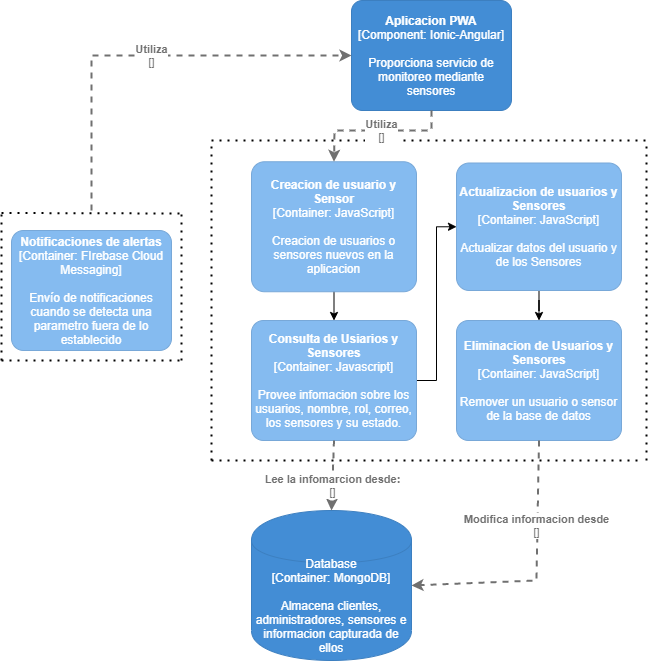
The draw.io diagram images/DiagramaComponentes.drawio.png in abraham22rodriguez/AnalisisAvanzadoDeSoftware_AbrahamRodriguez, before a commit. Source tidied: cells renumbered, new cells last; positions are measured from the earlier drawing's top-left corner, leaving out a move shared by most shapes.
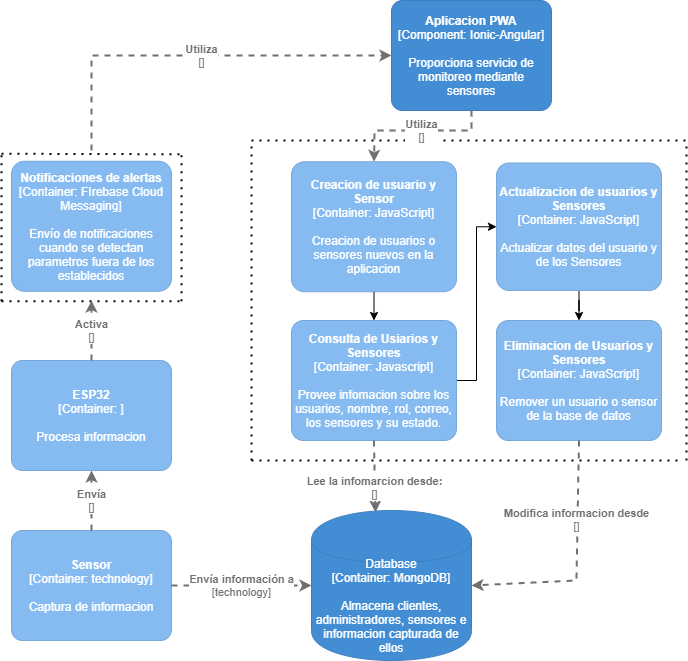
After the commit.

Change to the diagram source:
```diff
@@ -2,9 +2,9 @@
   <root>
     <mxCell id="0" />
     <mxCell id="1" parent="0" />
-    <object id="2" label="&lt;b&gt;%c4Name%&lt;/b&gt;&lt;div&gt;[%c4Type%: %c4Technology%]&lt;/div&gt;&lt;br&gt;&lt;div&gt;%c4Description%&lt;/div&gt;" c4Description="Envío de notificaciones cuando se detecta una parametro fuera de lo establecido" c4Name="Notificaciones de alertas" c4Technology="FIrebase Cloud Messaging" c4Type="Container" placeholders="1">
+    <object id="2" label="&lt;b&gt;%c4Name%&lt;/b&gt;&lt;div&gt;[%c4Type%: %c4Technology%]&lt;/div&gt;&lt;br&gt;&lt;div&gt;%c4Description%&lt;/div&gt;" c4Description="Envío de notificaciones cuando se detectan parametros fuera de los establecidos" c4Name="Notificaciones de alertas" c4Technology="FIrebase Cloud Messaging" c4Type="Container" placeholders="1">
       <mxCell style="rounded=1;whiteSpace=wrap;html=1;labelBackgroundColor=none;fillColor=#85BBF0;fontColor=#ffffff;align=center;arcSize=10;strokeColor=#78A8D8;metaData={&quot;c4Type&quot;:{&quot;editable&quot;:false}};" parent="1" vertex="1">
-        <mxGeometry x="10" y="230" width="160" height="120" as="geometry" />
+        <mxGeometry x="-30" y="160.8" width="160" height="130" as="geometry" />
       </mxCell>
     </object>
     <mxCell id="3" style="edgeStyle=orthogonalEdgeStyle;rounded=0;jettySize=auto;html=1;exitX=0.5;exitY=1;exitDx=0;exitDy=0;exitPerimeter=0;entryX=0.5;entryY=0;entryDx=0;entryDy=0;entryPerimeter=0;" parent="1" edge="1" source="4" target="14">
@@ -22,7 +22,7 @@
     </object>
     <object id="6" label="%c4Type%&lt;div&gt;[Container:&amp;nbsp;%c4Technology%]&lt;/div&gt;&lt;br&gt;&lt;div&gt;%c4Description%&lt;/div&gt;" c4Description="Almacena clientes, administradores, sensores e informacion capturada de ellos" c4Technology="MongoDB" c4Type="Database" placeholders="1">
       <mxCell style="shape=cylinder;whiteSpace=wrap;html=1;boundedLbl=1;rounded=0;labelBackgroundColor=none;fillColor=#438DD5;fontSize=12;fontColor=#ffffff;align=center;strokeColor=#3C7FC0;points=[[0.5,0,0],[1,0.25,0],[1,0.5,0],[1,0.75,0],[0.5,1,0],[0,0.75,0],[0,0.5,0],[0,0.25,0]];metaData={&quot;c4Type&quot;:{&quot;editable&quot;:false}};" parent="1" vertex="1">
-        <mxGeometry x="250" y="510" width="160" height="150" as="geometry" />
+        <mxGeometry x="270" y="510" width="160" height="150" as="geometry" />
       </mxCell>
     </object>
     <mxCell id="7" style="endArrow=none;dashed=1;html=1;dashPattern=1 3;strokeWidth=2;" parent="1" edge="1">
@@ -71,10 +71,8 @@
       </mxCell>
     </object>
     <object id="16" label="&lt;div style=&quot;text-align: left&quot;&gt;&lt;div style=&quot;text-align: center&quot;&gt;&lt;b&gt;%c4Description%&lt;/b&gt;&lt;/div&gt;&lt;div style=&quot;text-align: center&quot;&gt;[%c4Technology%]&lt;/div&gt;&lt;/div&gt;" c4Description="Lee la infomarcion desde:" c4Technology="" c4Type="Relationship" placeholders="1">
-      <mxCell style="edgeStyle=none;rounded=0;html=1;entryX=0.5;entryY=0;jettySize=auto;strokeColor=#707070;strokeWidth=2;fontColor=#707070;jumpStyle=none;dashed=1;metaData={&quot;c4Type&quot;:{&quot;editable&quot;:false}};entryDx=0;entryDy=0;entryPerimeter=0;exitX=0.5;exitY=1;exitDx=0;exitDy=0;exitPerimeter=0;" parent="1" edge="1" source="14">
-        <mxGeometry x="0.29" relative="1" as="geometry">
-          <mxPoint x="330" y="510" as="targetPoint" />
-        </mxGeometry>
+      <mxCell style="edgeStyle=none;rounded=0;html=1;entryX=0.4;entryY=0.013;jettySize=auto;strokeColor=#707070;strokeWidth=2;fontColor=#707070;jumpStyle=none;dashed=1;metaData={&quot;c4Type&quot;:{&quot;editable&quot;:false}};entryDx=0;entryDy=0;entryPerimeter=0;exitX=0.5;exitY=1;exitDx=0;exitDy=0;exitPerimeter=0;" parent="1" edge="1" source="14" target="6">
+        <mxGeometry x="0.29" relative="1" as="geometry" />
       </mxCell>
     </object>
     <object id="17" label="&lt;div style=&quot;text-align: left&quot;&gt;&lt;div style=&quot;text-align: center&quot;&gt;&lt;b&gt;%c4Description%&lt;/b&gt;&lt;/div&gt;&lt;div style=&quot;text-align: center&quot;&gt;[%c4Technology%]&lt;/div&gt;&lt;/div&gt;" c4Description="Utiliza" c4Technology="" c4Type="Relationship" placeholders="1">
@@ -89,9 +87,9 @@
       </mxCell>
     </object>
     <object id="18" label="&lt;div style=&quot;text-align: left&quot;&gt;&lt;div style=&quot;text-align: center&quot;&gt;&lt;b&gt;%c4Description%&lt;/b&gt;&lt;/div&gt;&lt;div style=&quot;text-align: center&quot;&gt;[%c4Technology%]&lt;/div&gt;&lt;/div&gt;" c4Description="Modifica informacion desde" c4Technology="" c4Type="Relationship" placeholders="1">
-      <mxCell style="edgeStyle=none;rounded=0;html=1;jettySize=auto;strokeColor=#707070;strokeWidth=2;fontColor=#707070;jumpStyle=none;dashed=1;metaData={&quot;c4Type&quot;:{&quot;editable&quot;:false}};exitX=0.5;exitY=1;exitDx=0;exitDy=0;exitPerimeter=0;entryX=1;entryY=0.5;entryDx=0;entryDy=0;entryPerimeter=0;" parent="1" edge="1" source="15">
+      <mxCell style="edgeStyle=none;rounded=0;html=1;jettySize=auto;strokeColor=#707070;strokeWidth=2;fontColor=#707070;jumpStyle=none;dashed=1;metaData={&quot;c4Type&quot;:{&quot;editable&quot;:false}};exitX=0.5;exitY=1;exitDx=0;exitDy=0;exitPerimeter=0;" parent="1" edge="1" source="15">
         <mxGeometry x="-0.36" y="-1" relative="1" as="geometry">
-          <mxPoint x="410" y="585" as="targetPoint" />
+          <mxPoint x="430" y="585" as="targetPoint" />
           <Array as="points">
             <mxPoint x="535" y="580" />
           </Array>
@@ -100,37 +98,64 @@
     </object>
     <mxCell id="19" style="endArrow=none;dashed=1;html=1;dashPattern=1 3;strokeWidth=2;" parent="1" edge="1">
       <mxGeometry relative="1" as="geometry">
-        <mxPoint y="360" as="sourcePoint" />
-        <mxPoint y="210" as="targetPoint" />
+        <mxPoint x="-40" y="300.8" as="sourcePoint" />
+        <mxPoint x="-40" y="150.8" as="targetPoint" />
       </mxGeometry>
     </mxCell>
     <mxCell id="20" style="endArrow=none;dashed=1;html=1;dashPattern=1 3;strokeWidth=2;" parent="1" edge="1">
       <mxGeometry relative="1" as="geometry">
-        <mxPoint y="212.5" as="sourcePoint" />
-        <mxPoint x="180" y="213" as="targetPoint" />
+        <mxPoint x="-40" y="153.2" as="sourcePoint" />
+        <mxPoint x="140" y="153.8" as="targetPoint" />
       </mxGeometry>
     </mxCell>
     <mxCell id="21" style="endArrow=none;dashed=1;html=1;dashPattern=1 3;strokeWidth=2;" parent="1" edge="1">
       <mxGeometry relative="1" as="geometry">
-        <mxPoint x="180" y="360" as="sourcePoint" />
-        <mxPoint x="180" y="210" as="targetPoint" />
+        <mxPoint x="140" y="300.8" as="sourcePoint" />
+        <mxPoint x="140" y="150.8" as="targetPoint" />
       </mxGeometry>
     </mxCell>
     <mxCell id="22" style="endArrow=none;dashed=1;html=1;dashPattern=1 3;strokeWidth=2;" parent="1" edge="1">
       <mxGeometry relative="1" as="geometry">
-        <mxPoint y="360" as="sourcePoint" />
-        <mxPoint x="180" y="360" as="targetPoint" />
+        <mxPoint x="-40" y="300.8" as="sourcePoint" />
+        <mxPoint x="140" y="300.8" as="targetPoint" />
       </mxGeometry>
     </mxCell>
     <object id="23" label="&lt;div style=&quot;text-align: left&quot;&gt;&lt;div style=&quot;text-align: center&quot;&gt;&lt;b&gt;%c4Description%&lt;/b&gt;&lt;/div&gt;&lt;div style=&quot;text-align: center&quot;&gt;[%c4Technology%]&lt;/div&gt;&lt;/div&gt;" c4Description="Utiliza" c4Technology="" c4Type="Relationship" placeholders="1">
       <mxCell style="edgeStyle=none;rounded=0;html=1;entryX=0;entryY=0.5;jettySize=auto;strokeColor=#707070;strokeWidth=2;fontColor=#707070;jumpStyle=none;dashed=1;metaData={&quot;c4Type&quot;:{&quot;editable&quot;:false}};entryDx=0;entryDy=0;entryPerimeter=0;" parent="1" edge="1" target="5">
         <mxGeometry x="0.04" relative="1" as="geometry">
-          <mxPoint x="90" y="210" as="sourcePoint" />
+          <mxPoint x="50" y="150" as="sourcePoint" />
           <Array as="points">
-            <mxPoint x="90" y="55" />
+            <mxPoint x="50" y="55" />
           </Array>
         </mxGeometry>
       </mxCell>
     </object>
+    <object id="24" label="&lt;b&gt;%c4Name%&lt;/b&gt;&lt;div&gt;[%c4Type%: %c4Technology%]&lt;/div&gt;&lt;br&gt;&lt;div&gt;%c4Description%&lt;/div&gt;" c4Description="Procesa informacion" c4Name="ESP32" c4Technology="" c4Type="Container" placeholders="1">
+      <mxCell style="rounded=1;whiteSpace=wrap;html=1;labelBackgroundColor=none;fillColor=#85BBF0;fontColor=#ffffff;align=center;arcSize=10;strokeColor=#78A8D8;metaData={&quot;c4Type&quot;:{&quot;editable&quot;:false}};points=[[0.25,0,0],[0.5,0,0],[0.75,0,0],[1,0.25,0],[1,0.5,0],[1,0.75,0],[0.75,1,0],[0.5,1,0],[0.25,1,0],[0,0.75,0],[0,0.5,0],[0,0.25,0]];" parent="1" vertex="1">
+        <mxGeometry x="-30" y="360" width="160" height="110" as="geometry" />
+      </mxCell>
+    </object>
+    <object id="25" label="&lt;b&gt;%c4Name%&lt;/b&gt;&lt;div&gt;[%c4Type%: %c4Technology%]&lt;/div&gt;&lt;br&gt;&lt;div&gt;%c4Description%&lt;/div&gt;" c4Description="Captura de informacion" c4Name="Sensor" c4Technology="technology" c4Type="Container" placeholders="1">
+      <mxCell style="rounded=1;whiteSpace=wrap;html=1;labelBackgroundColor=none;fillColor=#85BBF0;fontColor=#ffffff;align=center;arcSize=10;strokeColor=#78A8D8;metaData={&quot;c4Type&quot;:{&quot;editable&quot;:false}};points=[[0.25,0,0],[0.5,0,0],[0.75,0,0],[1,0.25,0],[1,0.5,0],[1,0.75,0],[0.75,1,0],[0.5,1,0],[0.25,1,0],[0,0.75,0],[0,0.5,0],[0,0.25,0]];" parent="1" vertex="1">
+        <mxGeometry x="-30" y="530" width="160" height="110" as="geometry" />
+      </mxCell>
+    </object>
+    <object id="26" label="&lt;div style=&quot;text-align: left&quot;&gt;&lt;div style=&quot;text-align: center&quot;&gt;&lt;b&gt;%c4Description%&lt;/b&gt;&lt;/div&gt;&lt;div style=&quot;text-align: center&quot;&gt;[%c4Technology%]&lt;/div&gt;&lt;/div&gt;" c4Description="Envía información a" c4Technology="technology" c4Type="Relationship" placeholders="1">
+      <mxCell style="edgeStyle=none;rounded=0;html=1;entryX=0;entryY=0.5;jettySize=auto;strokeColor=#707070;strokeWidth=2;fontColor=#707070;jumpStyle=none;dashed=1;metaData={&quot;c4Type&quot;:{&quot;editable&quot;:false}};entryDx=0;entryDy=0;entryPerimeter=0;exitX=1;exitY=0.5;exitDx=0;exitDy=0;exitPerimeter=0;" parent="1" edge="1" source="25" target="6">
+        <mxGeometry relative="1" as="geometry" />
+      </mxCell>
+    </object>
+    <object id="27" label="&lt;div style=&quot;text-align: left&quot;&gt;&lt;div style=&quot;text-align: center&quot;&gt;&lt;b&gt;%c4Description%&lt;/b&gt;&lt;/div&gt;&lt;div style=&quot;text-align: center&quot;&gt;[%c4Technology%]&lt;/div&gt;&lt;/div&gt;" c4Description="Activa" c4Technology="" c4Type="Relationship" placeholders="1">
+      <mxCell style="edgeStyle=none;rounded=0;html=1;jettySize=auto;strokeColor=#707070;strokeWidth=2;fontColor=#707070;jumpStyle=none;dashed=1;metaData={&quot;c4Type&quot;:{&quot;editable&quot;:false}};exitX=0.5;exitY=0;exitDx=0;exitDy=0;exitPerimeter=0;" parent="1" edge="1" source="24">
+        <mxGeometry relative="1" as="geometry">
+          <mxPoint x="50" y="300" as="targetPoint" />
+        </mxGeometry>
+      </mxCell>
+    </object>
+    <object id="28" label="&lt;div style=&quot;text-align: left&quot;&gt;&lt;div style=&quot;text-align: center&quot;&gt;&lt;b&gt;%c4Description%&lt;/b&gt;&lt;/div&gt;&lt;div style=&quot;text-align: center&quot;&gt;[%c4Technology%]&lt;/div&gt;&lt;/div&gt;" c4Description="Envía" c4Technology="" c4Type="Relationship" placeholders="1">
+      <mxCell style="edgeStyle=none;rounded=0;html=1;entryX=0.5;entryY=1;jettySize=auto;strokeColor=#707070;strokeWidth=2;fontColor=#707070;jumpStyle=none;dashed=1;metaData={&quot;c4Type&quot;:{&quot;editable&quot;:false}};exitX=0.5;exitY=0;exitDx=0;exitDy=0;exitPerimeter=0;entryDx=0;entryDy=0;entryPerimeter=0;" parent="1" edge="1" source="25" target="24">
+        <mxGeometry relative="1" as="geometry" />
+      </mxCell>
+    </object>
   </root>
 </mxGraphModel>
```
